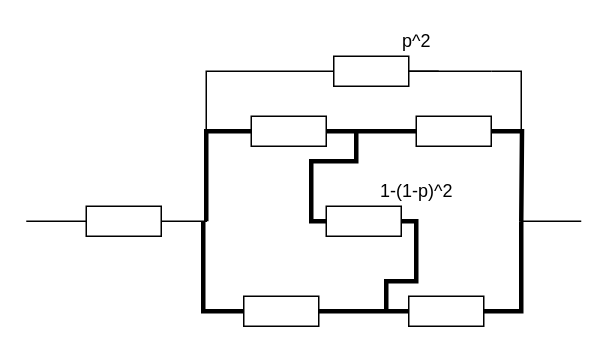
Earlier version of the draw.io diagram reliability-theory/lab1/diagrams/подсхема.drawio (KaluginaMarina/FourthYearOfItmo). Source tidied: cells renumbered, new cells numbered last; positions are measured from the earlier drawing's top-left corner, leaving out a move shared by most shapes. Both pictures are drawn from the tidied source at 150%, with x=0, y=0 at pixel (26, 26).
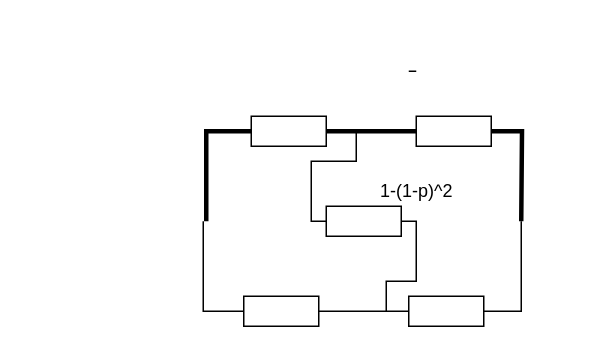
Above is the later version.

Unchanged cells that the change refers to:
```xml
<mxCell id="18" style="rounded=0;whiteSpace=wrap;html=1;" parent="1" vertex="1">
  <mxGeometry x="200" y="120" width="50" height="20" as="geometry" />
</mxCell>
<mxCell id="20" style="rounded=0;whiteSpace=wrap;html=1;" parent="1" vertex="1">
  <mxGeometry x="145" y="180" width="50" height="20" as="geometry" />
</mxCell>
<mxCell id="22" style="rounded=0;whiteSpace=wrap;html=1;" parent="1" vertex="1">
  <mxGeometry x="255" y="180" width="50" height="20" as="geometry" />
</mxCell>
```

Diff of the diagram source:
```diff
@@
-    <mxCell id="2" style="edgeStyle=orthogonalEdgeStyle;rounded=0;jettySize=auto;html=1;entryX=0;entryY=0.5;entryDx=0;entryDy=0;startArrow=none;startFill=0;endArrow=none;endFill=0;" parent="1" edge="1" target="6">
-      <mxGeometry relative="1" as="geometry">
-        <mxPoint y="130" as="sourcePoint" />
-        <Array as="points">
-          <mxPoint y="130" />
-        </Array>
-      </mxGeometry>
-    </mxCell>
-    <mxCell id="3" style="edgeStyle=orthogonalEdgeStyle;rounded=0;jettySize=auto;html=1;entryX=0;entryY=0.5;entryDx=0;entryDy=0;startArrow=none;startFill=0;endArrow=none;endFill=0;" parent="1" edge="1" source="6" target="9">
-      <mxGeometry relative="1" as="geometry">
-        <Array as="points">
-          <mxPoint x="120" y="130" />
-          <mxPoint x="120" y="30" />
-        </Array>
-      </mxGeometry>
-    </mxCell>
@@
-    <mxCell id="5" style="edgeStyle=orthogonalEdgeStyle;rounded=0;jettySize=auto;html=1;entryX=0;entryY=0.5;entryDx=0;entryDy=0;startArrow=none;startFill=0;endArrow=none;endFill=0;strokeWidth=3;" parent="1" edge="1" target="20">
+    <mxCell id="5" style="edgeStyle=orthogonalEdgeStyle;rounded=0;jettySize=auto;html=1;entryX=0;entryY=0.5;entryDx=0;entryDy=0;startArrow=none;startFill=0;endArrow=none;endFill=0;strokeWidth=1;" parent="1" edge="1" target="20">
       <mxGeometry relative="1" as="geometry">
         <mxPoint x="118" y="130" as="sourcePoint" />
         <Array as="points">
           <mxPoint x="118" y="130" />
           <mxPoint x="118" y="190" />
         </Array>
       </mxGeometry>
     </mxCell>
-    <mxCell id="6" style="rounded=0;whiteSpace=wrap;html=1;" parent="1" vertex="1">
-      <mxGeometry x="40" y="120" width="50" height="20" as="geometry" />
-    </mxCell>
-    <mxCell id="7" style="edgeStyle=orthogonalEdgeStyle;rounded=0;jettySize=auto;html=1;startArrow=none;startFill=0;endArrow=none;endFill=0;" parent="1" edge="1" source="9">
+    <mxCell id="7" style="edgeStyle=orthogonalEdgeStyle;rounded=0;orthogonalLoop=1;jettySize=auto;html=1;startArrow=none;startFill=0;endArrow=none;endFill=0;" parent="1" edge="1">
       <mxGeometry relative="1" as="geometry">
+        <mxPoint x="255" y="30" as="sourcePoint" />
         <mxPoint x="260" y="30" as="targetPoint" />
       </mxGeometry>
     </mxCell>
-    <mxCell id="8" style="edgeStyle=orthogonalEdgeStyle;rounded=0;jettySize=auto;html=1;startArrow=none;startFill=0;endArrow=none;endFill=0;" parent="1" edge="1" source="9">
-      <mxGeometry relative="1" as="geometry">
-        <mxPoint x="310" y="30" as="targetPoint" />
-      </mxGeometry>
-    </mxCell>
-    <mxCell id="9" style="rounded=0;whiteSpace=wrap;html=1;" parent="1" vertex="1">
-      <mxGeometry x="205" y="20" width="50" height="20" as="geometry" />
-    </mxCell>
-    <mxCell id="10" style="edgeStyle=orthogonalEdgeStyle;rounded=0;orthogonalLoop=1;jettySize=auto;html=1;startArrow=none;startFill=0;endArrow=none;endFill=0;" parent="1" edge="1">
-      <mxGeometry relative="1" as="geometry">
-        <mxPoint x="310" y="30" as="sourcePoint" />
-        <mxPoint x="370" y="130" as="targetPoint" />
-        <Array as="points">
-          <mxPoint x="330" y="30" />
-          <mxPoint x="330" y="130" />
-        </Array>
-      </mxGeometry>
-    </mxCell>
@@
-    <mxCell id="12" style="edgeStyle=orthogonalEdgeStyle;rounded=0;jettySize=auto;html=1;entryX=0;entryY=0.5;entryDx=0;entryDy=0;startArrow=none;startFill=0;endArrow=none;endFill=0;strokeWidth=3;" parent="1" edge="1" target="18">
+    <mxCell id="12" style="edgeStyle=orthogonalEdgeStyle;rounded=0;jettySize=auto;html=1;entryX=0;entryY=0.5;entryDx=0;entryDy=0;startArrow=none;startFill=0;endArrow=none;endFill=0;strokeWidth=1;" parent="1" edge="1" target="18">
       <mxGeometry relative="1" as="geometry">
         <mxPoint x="220" y="70" as="sourcePoint" />
         <Array as="points">
           <mxPoint x="220" y="90" />
           <mxPoint x="190" y="90" />
           <mxPoint x="190" y="130" />
         </Array>
       </mxGeometry>
     </mxCell>
@@
-    <mxCell id="17" style="edgeStyle=orthogonalEdgeStyle;rounded=0;jettySize=auto;html=1;startArrow=none;startFill=0;endArrow=none;endFill=0;strokeWidth=3;" parent="1" edge="1" source="18">
+    <mxCell id="17" style="edgeStyle=orthogonalEdgeStyle;rounded=0;jettySize=auto;html=1;startArrow=none;startFill=0;endArrow=none;endFill=0;strokeWidth=1;" parent="1" edge="1" source="18">
       <mxGeometry relative="1" as="geometry">
         <mxPoint x="240" y="190" as="targetPoint" />
         <Array as="points">
           <mxPoint x="260" y="130" />
           <mxPoint x="260" y="170" />
           <mxPoint x="240" y="170" />
         </Array>
       </mxGeometry>
     </mxCell>
@@
-    <mxCell id="19" style="edgeStyle=orthogonalEdgeStyle;rounded=0;jettySize=auto;html=1;entryX=0;entryY=0.5;entryDx=0;entryDy=0;startArrow=none;startFill=0;endArrow=none;endFill=0;strokeWidth=3;" parent="1" edge="1" source="20" target="22">
+    <mxCell id="19" style="edgeStyle=orthogonalEdgeStyle;rounded=0;jettySize=auto;html=1;entryX=0;entryY=0.5;entryDx=0;entryDy=0;startArrow=none;startFill=0;endArrow=none;endFill=0;strokeWidth=1;" parent="1" edge="1" source="20" target="22">
       <mxGeometry relative="1" as="geometry" />
     </mxCell>
@@
-    <mxCell id="21" style="edgeStyle=orthogonalEdgeStyle;rounded=0;jettySize=auto;html=1;startArrow=none;startFill=0;endArrow=none;endFill=0;strokeWidth=3;" parent="1" edge="1" source="22">
+    <mxCell id="21" style="edgeStyle=orthogonalEdgeStyle;rounded=0;jettySize=auto;html=1;startArrow=none;startFill=0;endArrow=none;endFill=0;strokeWidth=1;" parent="1" edge="1" source="22">
       <mxGeometry relative="1" as="geometry">
         <mxPoint x="330" y="130" as="targetPoint" />
         <Array as="points">
           <mxPoint x="330" y="190" />
           <mxPoint x="330" y="130" />
         </Array>
       </mxGeometry>
     </mxCell>
@@
-    <mxCell id="24" value="p^2" style="text;html=1;align=center;verticalAlign=middle;" parent="1" vertex="1">
-      <mxGeometry x="245" width="30" height="20" as="geometry" />
-    </mxCell>
```
